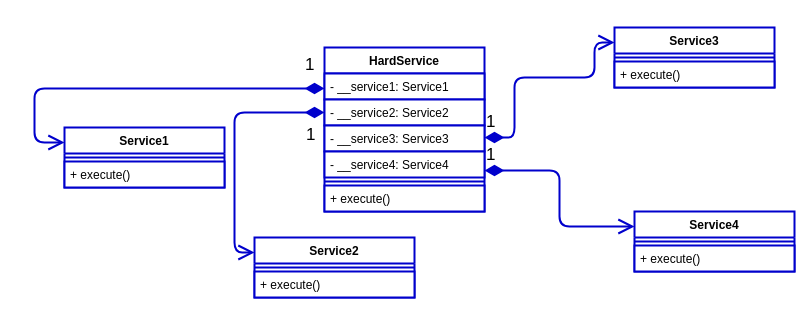
Earlier version of the draw.io diagram patterns/structural/facade/facade.drawio (top1Dron/spacelab). Source tidied: cells renumbered, new cells numbered last; positions are measured from the earlier drawing's top-left corner, leaving out a move shared by most shapes. Both pictures are drawn from the tidied source at 100%, with x=0, y=0 at pixel (34, 27).
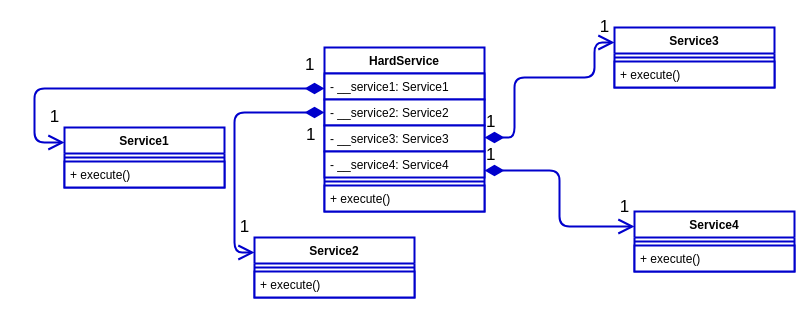
After the change.

What changed in the source:
```diff
@@
+    <mxCell id="25" value="&lt;font style=&quot;font-size: 17px&quot;&gt;1&lt;/font&gt;" style="text;html=1;align=center;verticalAlign=middle;fontSize=11;fontColor=#000000;" parent="1" vertex="1">
+      <mxGeometry x="200" y="190" width="20" height="20" as="geometry" />
+    </mxCell>
+    <mxCell id="26" value="&lt;font style=&quot;font-size: 17px&quot;&gt;1&lt;/font&gt;" style="text;html=1;align=center;verticalAlign=middle;fontSize=11;fontColor=#000000;" parent="1" vertex="1">
+      <mxGeometry x="10" y="80" width="20" height="20" as="geometry" />
+    </mxCell>
+    <mxCell id="27" value="&lt;font style=&quot;font-size: 17px&quot;&gt;1&lt;/font&gt;" style="text;html=1;align=center;verticalAlign=middle;fontSize=11;fontColor=#000000;" parent="1" vertex="1">
+      <mxGeometry x="580" y="170" width="20" height="20" as="geometry" />
+    </mxCell>
+    <mxCell id="28" value="&lt;font style=&quot;font-size: 17px&quot;&gt;1&lt;/font&gt;" style="text;html=1;align=center;verticalAlign=middle;fontSize=11;fontColor=#000000;" parent="1" vertex="1">
+      <mxGeometry x="560" y="-10" width="20" height="20" as="geometry" />
+    </mxCell>
```
